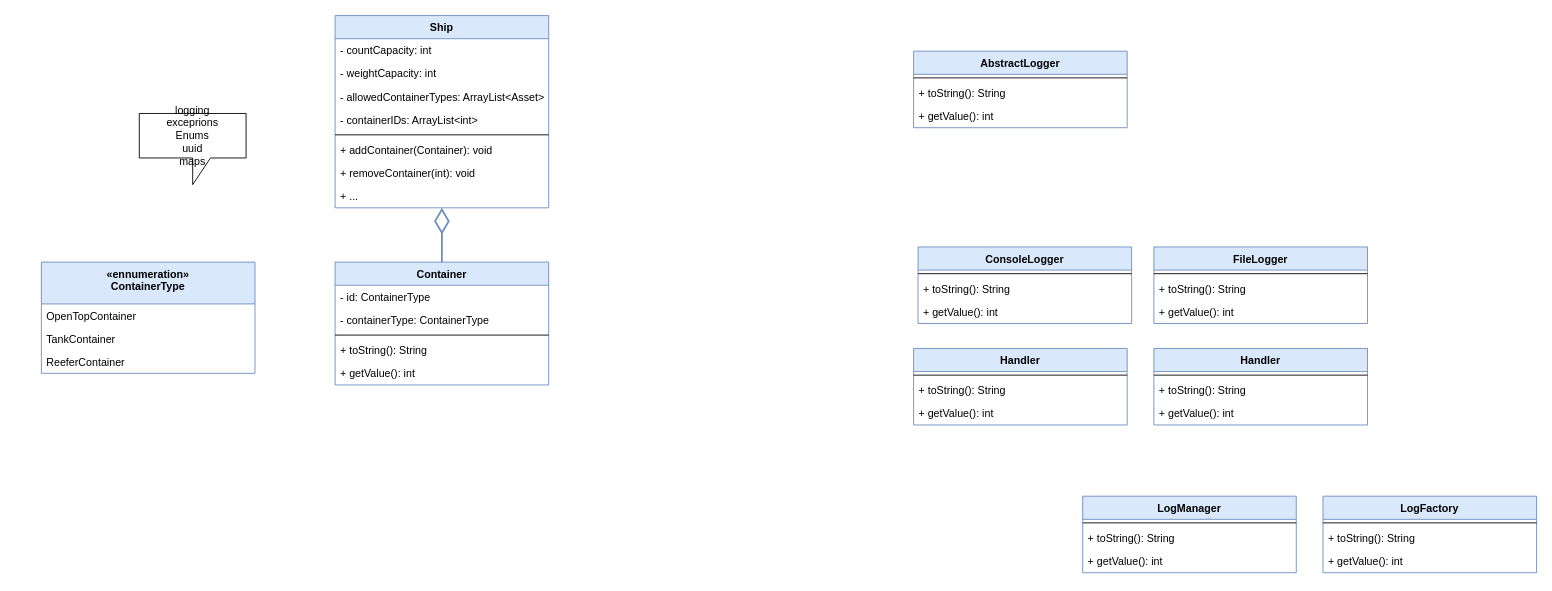
Above: shipping_container_class_diagram.drawio in mykingdomforapawn/shipping-container (draw.io), before the change. Source tidied: cells renumbered, new cells numbered last; positions are measured from the earlier drawing's top-left corner, leaving out a move shared by most shapes. Both pictures are drawn from the tidied source at 89%, with x=0, y=0 at pixel (41, 15).
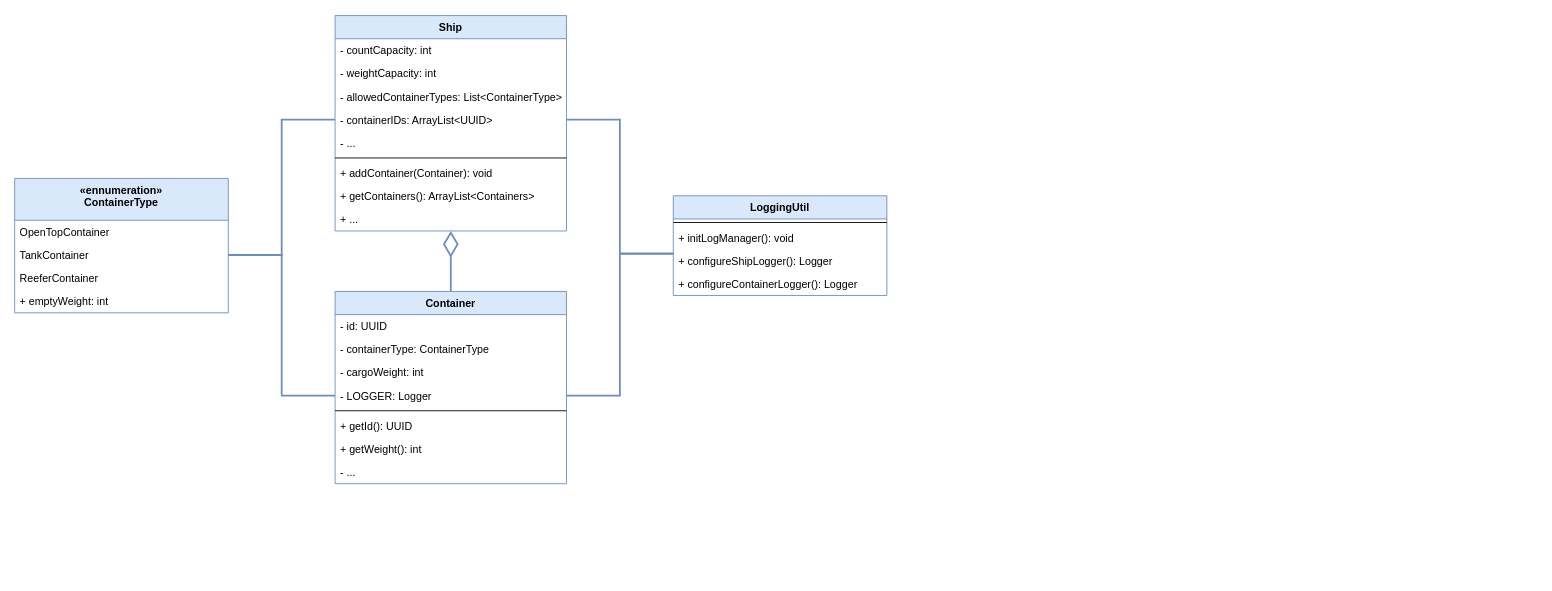
After the change.

Commit message (it also covers changes not shown here):
Added class diagram

Unchanged cells that the change refers to:
```xml
<mxCell id="21" value="TankContainer" style="text;strokeColor=none;fillColor=none;align=left;verticalAlign=top;spacingLeft=4;spacingRight=4;overflow=hidden;points=[[0,0.5],[1,0.5]];portConstraint=eastwest;" parent="19" vertex="1">
  <mxGeometry y="73" width="240" height="26" as="geometry" />
</mxCell>
```

The edit, as a diff of the source:
```diff
@@
     <mxCell id="2" value="Ship" style="swimlane;fontStyle=1;align=center;verticalAlign=top;horizontal=1;startSize=26;fillColor=#dae8fc;strokeColor=#6c8ebf;" parent="1" vertex="1">
-      <mxGeometry x="330" width="240" height="216" as="geometry" />
+      <mxGeometry x="330" width="260" height="242" as="geometry" />
     </mxCell>
     <mxCell id="3" value="- countCapacity: int" style="text;strokeColor=none;fillColor=none;align=left;verticalAlign=top;spacingLeft=4;spacingRight=4;overflow=hidden;" parent="2" vertex="1">
-      <mxGeometry y="26" width="240" height="26" as="geometry" />
+      <mxGeometry y="26" width="260" height="26" as="geometry" />
     </mxCell>
     <mxCell id="4" value="- weightCapacity: int" style="text;strokeColor=none;fillColor=none;align=left;verticalAlign=top;spacingLeft=4;spacingRight=4;overflow=hidden;" parent="2" vertex="1">
-      <mxGeometry y="52" width="240" height="26" as="geometry" />
+      <mxGeometry y="52" width="260" height="26" as="geometry" />
     </mxCell>
-    <mxCell id="5" value="- allowedContainerTypes: ArrayList&lt;Asset&gt;" style="text;strokeColor=none;fillColor=none;align=left;verticalAlign=top;spacingLeft=4;spacingRight=4;overflow=hidden;" parent="2" vertex="1">
-      <mxGeometry y="78" width="240" height="26" as="geometry" />
+    <mxCell id="5" value="- allowedContainerTypes: List&lt;ContainerType&gt;" style="text;strokeColor=none;fillColor=none;align=left;verticalAlign=top;spacingLeft=4;spacingRight=4;overflow=hidden;" parent="2" vertex="1">
+      <mxGeometry y="78" width="260" height="26" as="geometry" />
     </mxCell>
-    <mxCell id="6" value="- containerIDs: ArrayList&lt;int&gt;" style="text;strokeColor=none;fillColor=none;align=left;verticalAlign=top;spacingLeft=4;spacingRight=4;overflow=hidden;points=[[0,0.5],[1,0.5]];portConstraint=eastwest;" parent="2" vertex="1">
-      <mxGeometry y="104" width="240" height="26" as="geometry" />
+    <mxCell id="6" value="- containerIDs: ArrayList&lt;UUID&gt;" style="text;strokeColor=none;fillColor=none;align=left;verticalAlign=top;spacingLeft=4;spacingRight=4;overflow=hidden;points=[[0,0.5],[1,0.5]];portConstraint=eastwest;" parent="2" vertex="1">
+      <mxGeometry y="104" width="260" height="26" as="geometry" />
     </mxCell>
+    <mxCell id="51" value="- ..." style="text;strokeColor=none;fillColor=none;align=left;verticalAlign=top;spacingLeft=4;spacingRight=4;overflow=hidden;" parent="2" vertex="1">
+      <mxGeometry y="130" width="260" height="26" as="geometry" />
+    </mxCell>
     <mxCell id="7" style="line;strokeWidth=1;fillColor=none;align=left;verticalAlign=middle;spacingTop=-1;spacingLeft=3;spacingRight=3;labelPosition=right;" parent="2" vertex="1">
-      <mxGeometry y="130" width="240" height="8" as="geometry" />
+      <mxGeometry y="156" width="260" height="8" as="geometry" />
     </mxCell>
     <mxCell id="8" value="+ addContainer(Container): void" style="text;strokeColor=none;fillColor=none;align=left;verticalAlign=top;spacingLeft=4;spacingRight=4;overflow=hidden;" parent="2" vertex="1">
-      <mxGeometry y="138" width="240" height="26" as="geometry" />
+      <mxGeometry y="164" width="260" height="26" as="geometry" />
     </mxCell>
-    <mxCell id="9" value="+ removeContainer(int): void" style="text;strokeColor=none;fillColor=none;align=left;verticalAlign=top;spacingLeft=4;spacingRight=4;overflow=hidden;" parent="2" vertex="1">
-      <mxGeometry y="164" width="240" height="26" as="geometry" />
+    <mxCell id="9" value="+ getContainers(): ArrayList&lt;Containers&gt;" style="text;strokeColor=none;fillColor=none;align=left;verticalAlign=top;spacingLeft=4;spacingRight=4;overflow=hidden;" parent="2" vertex="1">
+      <mxGeometry y="190" width="260" height="26" as="geometry" />
     </mxCell>
     <mxCell id="10" value="+ ..." style="text;strokeColor=none;fillColor=none;align=left;verticalAlign=top;spacingLeft=4;spacingRight=4;overflow=hidden;points=[[0,0.5],[1,0.5]];portConstraint=eastwest;" parent="2" vertex="1">
-      <mxGeometry y="190" width="240" height="26" as="geometry" />
+      <mxGeometry y="216" width="260" height="26" as="geometry" />
     </mxCell>
     <mxCell id="11" value="Container" style="swimlane;fontStyle=1;align=center;verticalAlign=top;horizontal=1;startSize=26;fillColor=#dae8fc;strokeColor=#6c8ebf;" parent="1" vertex="1">
-      <mxGeometry x="330" y="277" width="240" height="138" as="geometry" />
+      <mxGeometry x="330" y="310" width="260" height="216" as="geometry" />
     </mxCell>
-    <mxCell id="12" value="- id: ContainerType" style="text;strokeColor=none;fillColor=none;align=left;verticalAlign=top;spacingLeft=4;spacingRight=4;overflow=hidden;" parent="11" vertex="1">
-      <mxGeometry y="26" width="240" height="26" as="geometry" />
+    <mxCell id="12" value="- id: UUID" style="text;strokeColor=none;fillColor=none;align=left;verticalAlign=top;spacingLeft=4;spacingRight=4;overflow=hidden;" parent="11" vertex="1">
+      <mxGeometry y="26" width="260" height="26" as="geometry" />
     </mxCell>
     <mxCell id="13" value="- containerType: ContainerType" style="text;strokeColor=none;fillColor=none;align=left;verticalAlign=top;spacingLeft=4;spacingRight=4;overflow=hidden;" parent="11" vertex="1">
-      <mxGeometry y="52" width="240" height="26" as="geometry" />
+      <mxGeometry y="52" width="260" height="26" as="geometry" />
     </mxCell>
+    <mxCell id="52" value="- cargoWeight: int" style="text;strokeColor=none;fillColor=none;align=left;verticalAlign=top;spacingLeft=4;spacingRight=4;overflow=hidden;" parent="11" vertex="1">
+      <mxGeometry y="78" width="260" height="26" as="geometry" />
+    </mxCell>
+    <mxCell id="53" value="- LOGGER: Logger" style="text;strokeColor=none;fillColor=none;align=left;verticalAlign=top;spacingLeft=4;spacingRight=4;overflow=hidden;points=[[0,0.5],[1,0.5]];portConstraint=eastwest;" parent="11" vertex="1">
+      <mxGeometry y="104" width="260" height="26" as="geometry" />
+    </mxCell>
     <mxCell id="14" style="line;strokeWidth=1;fillColor=none;align=left;verticalAlign=middle;spacingTop=-1;spacingLeft=3;spacingRight=3;labelPosition=right;" parent="11" vertex="1">
-      <mxGeometry y="78" width="240" height="8" as="geometry" />
+      <mxGeometry y="130" width="260" height="8" as="geometry" />
     </mxCell>
-    <mxCell id="15" value="+ toString(): String" style="text;strokeColor=none;fillColor=none;align=left;verticalAlign=top;spacingLeft=4;spacingRight=4;overflow=hidden;" parent="11" vertex="1">
-      <mxGeometry y="86" width="240" height="26" as="geometry" />
+    <mxCell id="15" value="+ getId(): UUID" style="text;strokeColor=none;fillColor=none;align=left;verticalAlign=top;spacingLeft=4;spacingRight=4;overflow=hidden;" parent="11" vertex="1">
+      <mxGeometry y="138" width="260" height="26" as="geometry" />
     </mxCell>
-    <mxCell id="16" value="+ getValue(): int" style="text;strokeColor=none;fillColor=none;align=left;verticalAlign=top;spacingLeft=4;spacingRight=4;overflow=hidden;" parent="11" vertex="1">
-      <mxGeometry y="112" width="240" height="26" as="geometry" />
+    <mxCell id="16" value="+ getWeight(): int" style="text;strokeColor=none;fillColor=none;align=left;verticalAlign=top;spacingLeft=4;spacingRight=4;overflow=hidden;" parent="11" vertex="1">
+      <mxGeometry y="164" width="260" height="26" as="geometry" />
     </mxCell>
+    <mxCell id="54" value="- ..." style="text;strokeColor=none;fillColor=none;align=left;verticalAlign=top;spacingLeft=4;spacingRight=4;overflow=hidden;" parent="11" vertex="1">
+      <mxGeometry y="190" width="260" height="26" as="geometry" />
+    </mxCell>
@@
-    <mxCell id="18" value="logging&lt;br&gt;exceprions&lt;br&gt;Enums&lt;br&gt;uuid&lt;br&gt;maps" style="shape=callout;whiteSpace=wrap;html=1;perimeter=calloutPerimeter;" parent="1" vertex="1">
-      <mxGeometry x="110" y="110" width="120" height="80" as="geometry" />
-    </mxCell>
     <mxCell id="19" value="«ennumeration»&#10;ContainerType" style="swimlane;fontStyle=1;align=center;verticalAlign=top;horizontal=1;startSize=47;fillColor=#dae8fc;strokeColor=#6c8ebf;fontFamily=Helvetica;" parent="1" vertex="1">
-      <mxGeometry y="277" width="240" height="125" as="geometry" />
+      <mxGeometry x="-30" y="183" width="240" height="151" as="geometry" />
     </mxCell>
@@
+    <mxCell id="55" value="+ emptyWeight: int" style="text;strokeColor=none;fillColor=none;align=left;verticalAlign=top;spacingLeft=4;spacingRight=4;overflow=hidden;" parent="19" vertex="1">
+      <mxGeometry y="125" width="240" height="26" as="geometry" />
+    </mxCell>
-    <mxCell id="23" value="AbstractLogger" style="swimlane;fontStyle=1;align=center;verticalAlign=top;horizontal=1;startSize=26;fillColor=#dae8fc;strokeColor=#6c8ebf;" parent="1" vertex="1">
-      <mxGeometry x="980" y="40" width="240" height="86" as="geometry" />
+    <mxCell id="23" value="LoggingUtil" style="swimlane;fontStyle=1;align=center;verticalAlign=top;horizontal=1;startSize=26;fillColor=#dae8fc;strokeColor=#6c8ebf;" parent="1" vertex="1">
+      <mxGeometry x="710" y="202.5" width="240" height="112" as="geometry" />
     </mxCell>
@@
-    <mxCell id="25" value="+ toString(): String" style="text;strokeColor=none;fillColor=none;align=left;verticalAlign=top;spacingLeft=4;spacingRight=4;overflow=hidden;" parent="23" vertex="1">
+    <mxCell id="25" value="+ initLogManager(): void" style="text;strokeColor=none;fillColor=none;align=left;verticalAlign=top;spacingLeft=4;spacingRight=4;overflow=hidden;" parent="23" vertex="1">
       <mxGeometry y="34" width="240" height="26" as="geometry" />
     </mxCell>
+    <mxCell id="56" value="+ configureShipLogger(): Logger" style="text;strokeColor=none;fillColor=none;align=left;verticalAlign=top;spacingLeft=4;spacingRight=4;overflow=hidden;points=[[0,0.5],[1,0.5]];portConstraint=eastwest;" parent="23" vertex="1">
+      <mxGeometry y="60" width="240" height="26" as="geometry" />
+    </mxCell>
-    <mxCell id="26" value="+ getValue(): int" style="text;strokeColor=none;fillColor=none;align=left;verticalAlign=top;spacingLeft=4;spacingRight=4;overflow=hidden;" parent="23" vertex="1">
-      <mxGeometry y="60" width="240" height="26" as="geometry" />
+    <mxCell id="26" value="+ configureContainerLogger(): Logger" style="text;strokeColor=none;fillColor=none;align=left;verticalAlign=top;spacingLeft=4;spacingRight=4;overflow=hidden;" parent="23" vertex="1">
+      <mxGeometry y="86" width="240" height="26" as="geometry" />
     </mxCell>
-    <mxCell id="27" value="ConsoleLogger" style="swimlane;fontStyle=1;align=center;verticalAlign=top;horizontal=1;startSize=26;fillColor=#dae8fc;strokeColor=#6c8ebf;" parent="1" vertex="1">
-      <mxGeometry x="985" y="260" width="240" height="86" as="geometry" />
-    </mxCell>
-    <mxCell id="28" style="line;strokeWidth=1;fillColor=none;align=left;verticalAlign=middle;spacingTop=-1;spacingLeft=3;spacingRight=3;labelPosition=right;" parent="27" vertex="1">
-      <mxGeometry y="26" width="240" height="8" as="geometry" />
-    </mxCell>
-    <mxCell id="29" value="+ toString(): String" style="text;strokeColor=none;fillColor=none;align=left;verticalAlign=top;spacingLeft=4;spacingRight=4;overflow=hidden;" parent="27" vertex="1">
-      <mxGeometry y="34" width="240" height="26" as="geometry" />
-    </mxCell>
-    <mxCell id="30" value="+ getValue(): int" style="text;strokeColor=none;fillColor=none;align=left;verticalAlign=top;spacingLeft=4;spacingRight=4;overflow=hidden;" parent="27" vertex="1">
-      <mxGeometry y="60" width="240" height="26" as="geometry" />
-    </mxCell>
-    <mxCell id="31" value="FileLogger" style="swimlane;fontStyle=1;align=center;verticalAlign=top;horizontal=1;startSize=26;fillColor=#dae8fc;strokeColor=#6c8ebf;" parent="1" vertex="1">
-      <mxGeometry x="1250" y="260" width="240" height="86" as="geometry" />
-    </mxCell>
-    <mxCell id="32" style="line;strokeWidth=1;fillColor=none;align=left;verticalAlign=middle;spacingTop=-1;spacingLeft=3;spacingRight=3;labelPosition=right;" parent="31" vertex="1">
-      <mxGeometry y="26" width="240" height="8" as="geometry" />
-    </mxCell>
-    <mxCell id="33" value="+ toString(): String" style="text;strokeColor=none;fillColor=none;align=left;verticalAlign=top;spacingLeft=4;spacingRight=4;overflow=hidden;" parent="31" vertex="1">
-      <mxGeometry y="34" width="240" height="26" as="geometry" />
-    </mxCell>
-    <mxCell id="34" value="+ getValue(): int" style="text;strokeColor=none;fillColor=none;align=left;verticalAlign=top;spacingLeft=4;spacingRight=4;overflow=hidden;" parent="31" vertex="1">
-      <mxGeometry y="60" width="240" height="26" as="geometry" />
-    </mxCell>
-    <mxCell id="35" value="LogManager" style="swimlane;fontStyle=1;align=center;verticalAlign=top;horizontal=1;startSize=26;fillColor=#dae8fc;strokeColor=#6c8ebf;" parent="1" vertex="1">
-      <mxGeometry x="1170" y="540" width="240" height="86" as="geometry" />
-    </mxCell>
-    <mxCell id="36" style="line;strokeWidth=1;fillColor=none;align=left;verticalAlign=middle;spacingTop=-1;spacingLeft=3;spacingRight=3;labelPosition=right;" parent="35" vertex="1">
-      <mxGeometry y="26" width="240" height="8" as="geometry" />
-    </mxCell>
-    <mxCell id="37" value="+ toString(): String" style="text;strokeColor=none;fillColor=none;align=left;verticalAlign=top;spacingLeft=4;spacingRight=4;overflow=hidden;" parent="35" vertex="1">
-      <mxGeometry y="34" width="240" height="26" as="geometry" />
-    </mxCell>
-    <mxCell id="38" value="+ getValue(): int" style="text;strokeColor=none;fillColor=none;align=left;verticalAlign=top;spacingLeft=4;spacingRight=4;overflow=hidden;" parent="35" vertex="1">
-      <mxGeometry y="60" width="240" height="26" as="geometry" />
-    </mxCell>
-    <mxCell id="39" value="LogFactory" style="swimlane;fontStyle=1;align=center;verticalAlign=top;horizontal=1;startSize=26;fillColor=#dae8fc;strokeColor=#6c8ebf;" parent="1" vertex="1">
-      <mxGeometry x="1440" y="540" width="240" height="86" as="geometry" />
-    </mxCell>
-    <mxCell id="40" style="line;strokeWidth=1;fillColor=none;align=left;verticalAlign=middle;spacingTop=-1;spacingLeft=3;spacingRight=3;labelPosition=right;" parent="39" vertex="1">
-      <mxGeometry y="26" width="240" height="8" as="geometry" />
-    </mxCell>
-    <mxCell id="41" value="+ toString(): String" style="text;strokeColor=none;fillColor=none;align=left;verticalAlign=top;spacingLeft=4;spacingRight=4;overflow=hidden;" parent="39" vertex="1">
-      <mxGeometry y="34" width="240" height="26" as="geometry" />
-    </mxCell>
-    <mxCell id="42" value="+ getValue(): int" style="text;strokeColor=none;fillColor=none;align=left;verticalAlign=top;spacingLeft=4;spacingRight=4;overflow=hidden;" parent="39" vertex="1">
-      <mxGeometry y="60" width="240" height="26" as="geometry" />
-    </mxCell>
-    <mxCell id="43" value="Handler" style="swimlane;fontStyle=1;align=center;verticalAlign=top;horizontal=1;startSize=26;fillColor=#dae8fc;strokeColor=#6c8ebf;" parent="1" vertex="1">
-      <mxGeometry x="980" y="374" width="240" height="86" as="geometry" />
-    </mxCell>
-    <mxCell id="44" style="line;strokeWidth=1;fillColor=none;align=left;verticalAlign=middle;spacingTop=-1;spacingLeft=3;spacingRight=3;labelPosition=right;" parent="43" vertex="1">
-      <mxGeometry y="26" width="240" height="8" as="geometry" />
-    </mxCell>
-    <mxCell id="45" value="+ toString(): String" style="text;strokeColor=none;fillColor=none;align=left;verticalAlign=top;spacingLeft=4;spacingRight=4;overflow=hidden;" parent="43" vertex="1">
-      <mxGeometry y="34" width="240" height="26" as="geometry" />
-    </mxCell>
-    <mxCell id="46" value="+ getValue(): int" style="text;strokeColor=none;fillColor=none;align=left;verticalAlign=top;spacingLeft=4;spacingRight=4;overflow=hidden;" parent="43" vertex="1">
-      <mxGeometry y="60" width="240" height="26" as="geometry" />
-    </mxCell>
-    <mxCell id="47" value="Handler" style="swimlane;fontStyle=1;align=center;verticalAlign=top;horizontal=1;startSize=26;fillColor=#dae8fc;strokeColor=#6c8ebf;" parent="1" vertex="1">
-      <mxGeometry x="1250" y="374" width="240" height="86" as="geometry" />
-    </mxCell>
-    <mxCell id="48" style="line;strokeWidth=1;fillColor=none;align=left;verticalAlign=middle;spacingTop=-1;spacingLeft=3;spacingRight=3;labelPosition=right;" parent="47" vertex="1">
-      <mxGeometry y="26" width="240" height="8" as="geometry" />
-    </mxCell>
-    <mxCell id="49" value="+ toString(): String" style="text;strokeColor=none;fillColor=none;align=left;verticalAlign=top;spacingLeft=4;spacingRight=4;overflow=hidden;" parent="47" vertex="1">
-      <mxGeometry y="34" width="240" height="26" as="geometry" />
-    </mxCell>
-    <mxCell id="50" value="+ getValue(): int" style="text;strokeColor=none;fillColor=none;align=left;verticalAlign=top;spacingLeft=4;spacingRight=4;overflow=hidden;" parent="47" vertex="1">
-      <mxGeometry y="60" width="240" height="26" as="geometry" />
-    </mxCell>
+    <mxCell id="57" style="endArrow=none;startArrow=none;endFill=0;startFill=0;endSize=8;html=1;verticalAlign=bottom;labelBackgroundColor=none;strokeWidth=2;rounded=0;exitX=1;exitY=0.5;exitDx=0;exitDy=0;entryX=0;entryY=0.5;entryDx=0;entryDy=0;edgeStyle=orthogonalEdgeStyle;strokeColor=#6C8EBF;" parent="1" edge="1" source="21" target="6">
+      <mxGeometry relative="1" as="geometry" />
+    </mxCell>
+    <mxCell id="58" style="endArrow=none;startArrow=none;endFill=0;startFill=0;endSize=8;html=1;verticalAlign=bottom;labelBackgroundColor=none;strokeWidth=2;rounded=0;exitX=1;exitY=0.5;exitDx=0;exitDy=0;entryX=0;entryY=0.5;entryDx=0;entryDy=0;edgeStyle=orthogonalEdgeStyle;strokeColor=#6C8EBF;" parent="1" edge="1" source="21" target="53">
+      <mxGeometry relative="1" as="geometry" />
+    </mxCell>
+    <mxCell id="59" style="endArrow=none;startArrow=none;endFill=0;startFill=0;endSize=8;html=1;verticalAlign=bottom;labelBackgroundColor=none;strokeWidth=2;rounded=0;exitX=0.003;exitY=0.205;exitDx=0;exitDy=0;entryX=1;entryY=0.5;entryDx=0;entryDy=0;edgeStyle=orthogonalEdgeStyle;strokeColor=#6C8EBF;exitPerimeter=0;" parent="1" edge="1" source="56" target="6">
+      <mxGeometry relative="1" as="geometry" />
+    </mxCell>
+    <mxCell id="60" style="endArrow=none;startArrow=none;endFill=0;startFill=0;endSize=8;html=1;verticalAlign=bottom;labelBackgroundColor=none;strokeWidth=2;rounded=0;exitX=1;exitY=0.5;exitDx=0;exitDy=0;entryX=0.002;entryY=0.181;entryDx=0;entryDy=0;edgeStyle=orthogonalEdgeStyle;strokeColor=#6C8EBF;entryPerimeter=0;" parent="1" edge="1" source="53" target="56">
+      <mxGeometry relative="1" as="geometry">
+        <Array as="points">
+          <mxPoint x="650" y="427" />
+          <mxPoint x="650" y="267" />
+          <mxPoint x="710" y="267" />
+        </Array>
+      </mxGeometry>
+    </mxCell>
```
